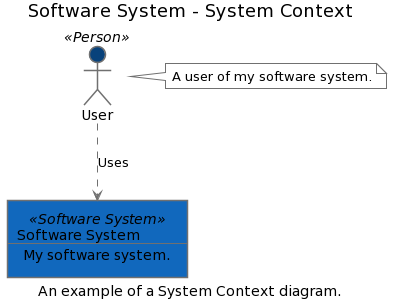
Before: structurizr-plantuml/docs/images/getting-started.png, a diagram exported from PlantUML (jonathangarcia414/java-Spring-Boot-extensions). The source it was exported from:
```plantuml
@startuml
scale max 2000x2000
title Software System - System Context
caption An example of a System Context diagram.

skinparam {
  shadowing false
  arrowColor #707070
  actorBorderColor #707070
  componentBorderColor #707070
  rectangleBorderColor #707070
  noteBackgroundColor #ffffff
  noteBorderColor #707070
}
actor "User" <<Person>> as 1 #08427b
note right of 1
  A user of my software system.
end note
rectangle 2 <<Software System>> #1168bd [
  Software System
  --
  My software system.
]
1 .[#707070].> 2 : Uses
@enduml
```
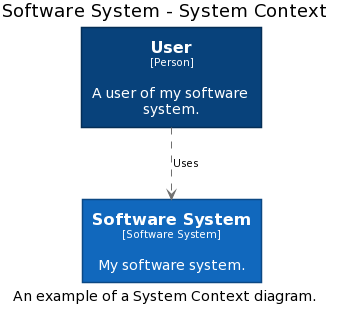
Later version of the same file.

The edit, as a diff of the source:
```diff
@@ -1,25 +1,26 @@
 @startuml
-scale max 2000x2000
 title Software System - System Context
 caption An example of a System Context diagram.
 
 skinparam {
   shadowing false
-  arrowColor #707070
-  actorBorderColor #707070
-  componentBorderColor #707070
-  rectangleBorderColor #707070
-  noteBackgroundColor #ffffff
-  noteBorderColor #707070
+  arrowFontSize 10
+  defaultTextAlignment center
+  wrapWidth 200
+  maxMessageSize 100
 }
-actor "User" <<Person>> as 1 #08427b
-note right of 1
-  A user of my software system.
-end note
-rectangle 2 <<Software System>> #1168bd [
-  Software System
-  --
-  My software system.
-]
-1 .[#707070].> 2 : Uses
+hide stereotype
+skinparam rectangle<<1>> {
+  BackgroundColor #08427b
+  FontColor #ffffff
+  BorderColor #052E56
+}
+skinparam rectangle<<2>> {
+  BackgroundColor #1168bd
+  FontColor #ffffff
+  BorderColor #0B4884
+}
+rectangle "==User\n<size:10>[Person]</size>\n\nA user of my software system." <<1>> as 1
+rectangle "==Software System\n<size:10>[Software System]</size>\n\nMy software system." <<2>> as 2
+1 .[#707070].> 2 : "Uses"
 @enduml
```
